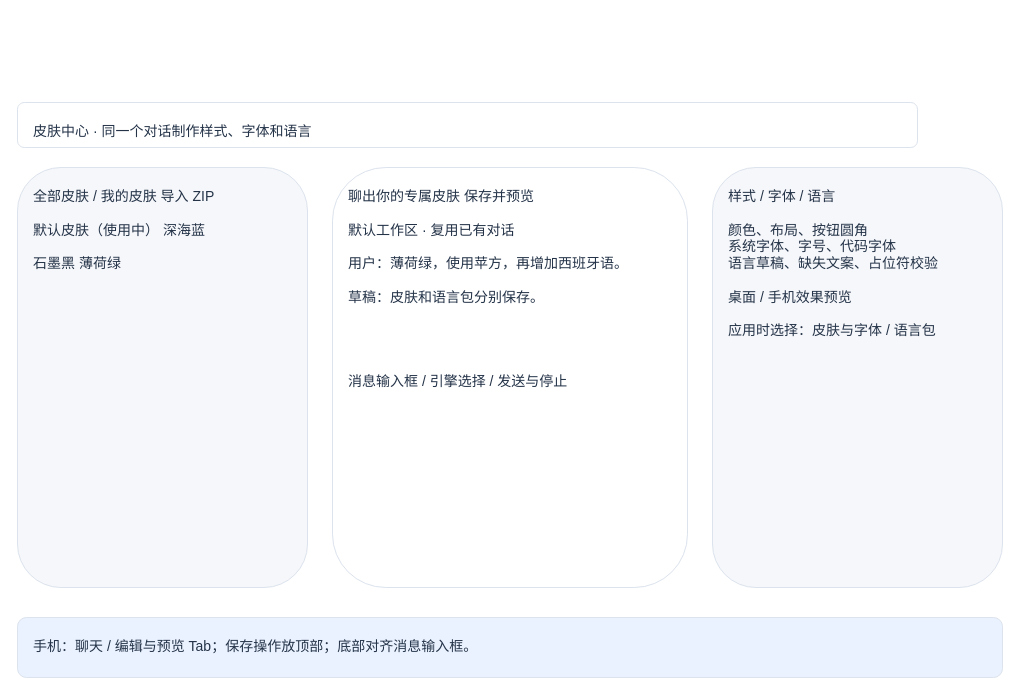
Before: plans/prototypes/skin-center-v2.drawio in xzregg/workstep, a draw.io diagram. Source tidied: cells renumbered, new cells numbered last; positions are measured from the earlier drawing's top-left corner, leaving out a move shared by most shapes. Both pictures are drawn from the tidied source at 100%, with x=0, y=0 at pixel (17, 102).
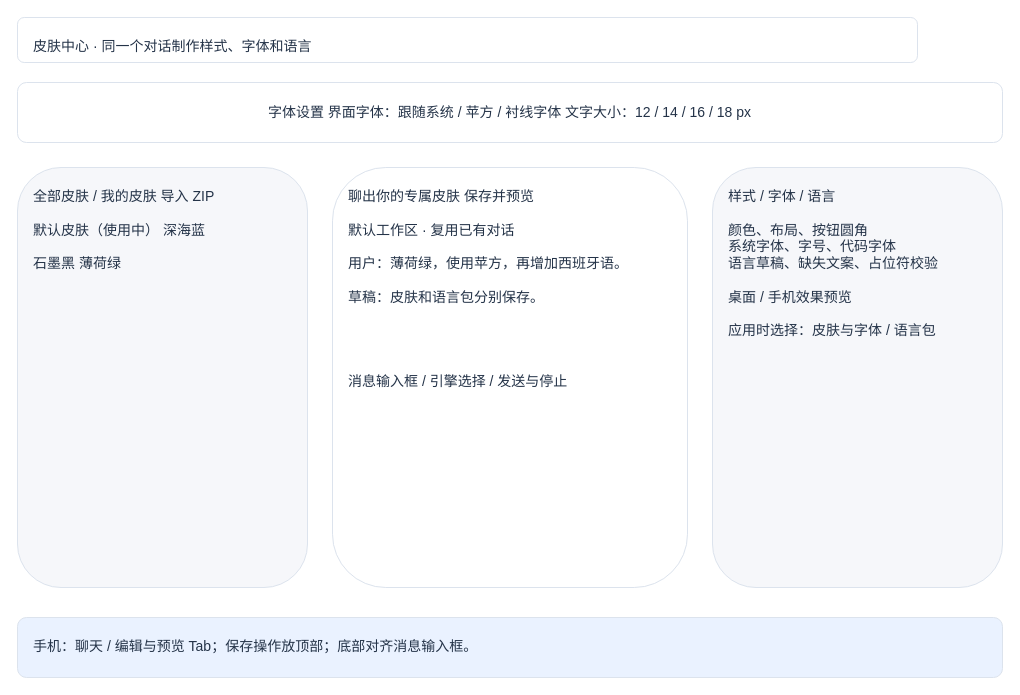
The same diagram, later.

Commit message (it also covers changes not shown here):
docs: group font type and size above skin cards in prototype

What changed in the source:
```diff
@@
 <mxGraphModel>
   <root>
     <mxCell id="0" />
     <mxCell id="1" parent="0" />
     <mxCell id="2" value="皮肤中心 · 同一个对话制作样式、字体和语言" style="rounded=1;whiteSpace=wrap;html=0;fillColor=#ffffff;strokeColor=#dce3ed;fontColor=#243348;fontSize=14;align=left;verticalAlign=top;spacing=16;" parent="1" vertex="1">
-      <mxGeometry width="900" height="45" as="geometry" />
+      <mxGeometry y="-85" width="900" height="45" as="geometry" />
     </mxCell>
     <mxCell id="3" value="全部皮肤 / 我的皮肤    导入 ZIP&#10;&#10;默认皮肤（使用中）    深海蓝&#10;&#10;石墨黑                       薄荷绿" style="rounded=1;whiteSpace=wrap;html=0;fillColor=#f6f7fa;strokeColor=#dce3ed;fontColor=#243348;fontSize=14;align=left;verticalAlign=top;spacing=16;" parent="1" vertex="1">
       <mxGeometry y="65" width="290" height="420" as="geometry" />
     </mxCell>
     <mxCell id="4" value="聊出你的专属皮肤                         保存并预览&#10;&#10;默认工作区 · 复用已有对话&#10;&#10;用户：薄荷绿，使用苹方，再增加西班牙语。&#10;&#10;草稿：皮肤和语言包分别保存。&#10;&#10;&#10;&#10;&#10;消息输入框 / 引擎选择 / 发送与停止" style="rounded=1;whiteSpace=wrap;html=0;fillColor=#ffffff;strokeColor=#dce3ed;fontColor=#243348;fontSize=14;align=left;verticalAlign=top;spacing=16;" parent="1" vertex="1">
       <mxGeometry x="315" y="65" width="355" height="420" as="geometry" />
     </mxCell>
     <mxCell id="5" value="样式 / 字体 / 语言&#10;&#10;颜色、布局、按钮圆角&#10;系统字体、字号、代码字体&#10;语言草稿、缺失文案、占位符校验&#10;&#10;桌面 / 手机效果预览&#10;&#10;应用时选择：皮肤与字体 / 语言包" style="rounded=1;whiteSpace=wrap;html=0;fillColor=#f6f7fa;strokeColor=#dce3ed;fontColor=#243348;fontSize=14;align=left;verticalAlign=top;spacing=16;" parent="1" vertex="1">
       <mxGeometry x="695" y="65" width="290" height="420" as="geometry" />
     </mxCell>
     <mxCell id="6" value="手机：聊天 / 编辑与预览 Tab；保存操作放顶部；底部对齐消息输入框。" style="rounded=1;whiteSpace=wrap;html=0;fillColor=#eaf2ff;strokeColor=#dce3ed;fontColor=#243348;fontSize=14;align=left;verticalAlign=top;spacing=16;" parent="1" vertex="1">
       <mxGeometry y="515" width="985" height="60" as="geometry" />
     </mxCell>
+    <mxCell id="7" value="字体设置    界面字体：跟随系统 / 苹方 / 衬线字体    文字大小：12 / 14 / 16 / 18 px" style="rounded=1;whiteSpace=wrap;html=0;fillColor=#ffffff;strokeColor=#dce3ed;fontColor=#243348;fontSize=14;" parent="1" vertex="1">
+      <mxGeometry y="-20" width="985" height="60" as="geometry" />
+    </mxCell>
   </root>
 </mxGraphModel>
```
